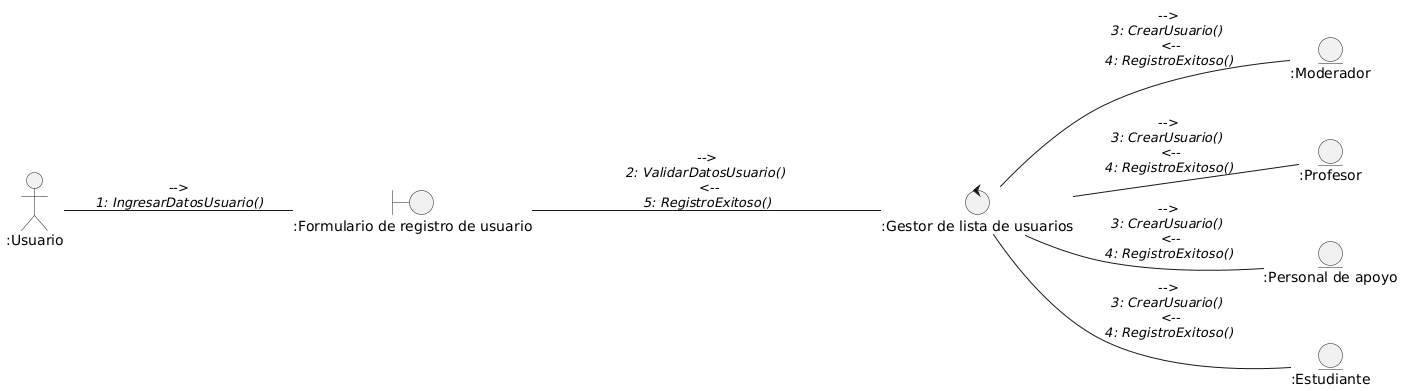
The PlantUML diagram docs/logicalView/DisciplinaDeAnalisis/DiagramaColaboracionRegistrarUsuario.png in Andreinalcm/Proyecto_de_inge_grupo4, before a commit. The source it was exported from:
```plantuml
@startuml
left to right direction

Actor ":Usuario" as u

control ":Gestor de lista de usuarios" as gestor
boundary ":Formulario de registro de usuario" as reg
entity ":Moderador" as mod
entity ":Profesor" as p
entity ":Personal de apoyo" as pa
entity ":Estudiante" as e

u-- reg: -->\n//1: IngresarDatosUsuario()//
reg ---- gestor : -->\n//2: ValidarDatosUsuario()// \n <--\n//5: RegistroExitoso()//
gestor -- mod : -->\n//3: CrearUsuario()// \n <--\n//4: RegistroExitoso()//
gestor -- p : -->\n//3: CrearUsuario()// \n <--\n//4: RegistroExitoso()//
gestor -- pa : -->\n//3: CrearUsuario()// \n <--\n//4: RegistroExitoso()//
gestor -- e : -->\n//3: CrearUsuario()// \n <--\n//4: RegistroExitoso()//
@enduml
```
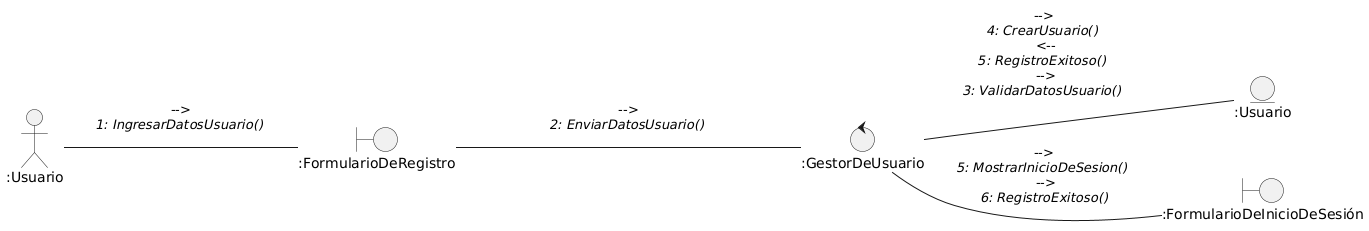
After the commit.

Diff of the diagram source:
```diff
@@ -3,17 +3,14 @@
 
 Actor ":Usuario" as u
 
-control ":Gestor de lista de usuarios" as gestor
-boundary ":Formulario de registro de usuario" as reg
-entity ":Moderador" as mod
-entity ":Profesor" as p
-entity ":Personal de apoyo" as pa
-entity ":Estudiante" as e
+control ":GestorDeUsuario" as gestor
+boundary ":FormularioDeRegistro" as reg
+entity ":Usuario" as user
+boundary ":FormularioDeInicioDeSesión" as log
 
-u-- reg: -->\n//1: IngresarDatosUsuario()//
-reg ---- gestor : -->\n//2: ValidarDatosUsuario()// \n <--\n//5: RegistroExitoso()//
-gestor -- mod : -->\n//3: CrearUsuario()// \n <--\n//4: RegistroExitoso()//
-gestor -- p : -->\n//3: CrearUsuario()// \n <--\n//4: RegistroExitoso()//
-gestor -- pa : -->\n//3: CrearUsuario()// \n <--\n//4: RegistroExitoso()//
-gestor -- e : -->\n//3: CrearUsuario()// \n <--\n//4: RegistroExitoso()//
+
+u-- reg: -->\n//1: IngresarDatosUsuario()// \n
+reg ---- gestor : -->\n//2: EnviarDatosUsuario()// \n
+gestor -- user : -->\n//4: CrearUsuario()// \n <--\n//5: RegistroExitoso()// \n -->\n//3: ValidarDatosUsuario()// \n
+gestor--log: -->\n//5: MostrarInicioDeSesion()// \n -->\n//6: RegistroExitoso()//
 @enduml
```
